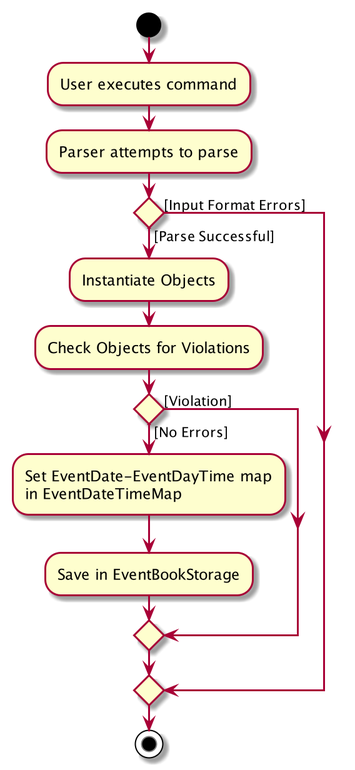
Above: docs/images/SettingEventDateActivityDiagram.png in nus-cs2103-AY1920S1/addressbook-level3 (PlantUML), before the change.
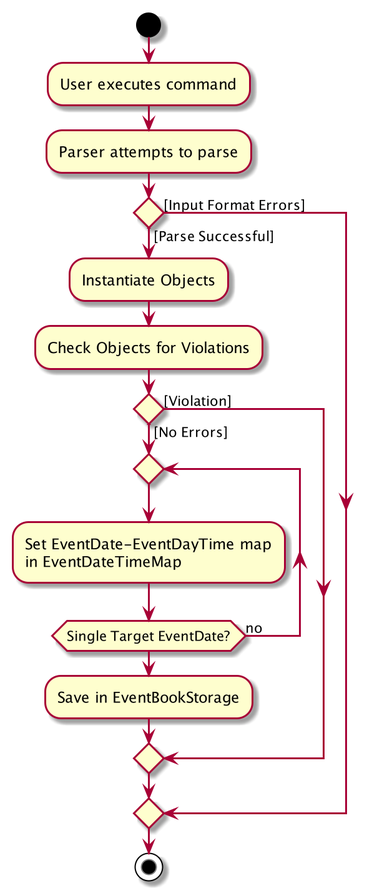
After the change.

Change to the diagram source:
```diff
@@ -7,8 +7,10 @@
     :Instantiate Objects;
     :Check Objects for Violations;
     if() then ([No Errors])
+    repeat
     :Set EventDate-EventDayTime map
     in EventDateTimeMap;
+    repeat while (Single Target EventDate?) is (no)
     :Save in EventBookStorage;
     else([Violation])
     endif
```
